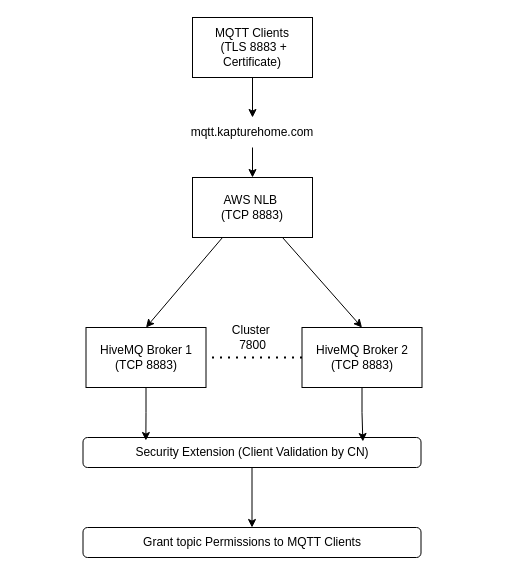
Earlier version of the draw.io diagram ALZK-HiveMQ.drawio (kevin3747118/ALZK). Source tidied: cells renumbered, new cells numbered last; positions are measured from the earlier drawing's top-left corner, leaving out a move shared by most shapes. Both pictures are drawn from the tidied source at 100%, with x=0, y=0 at pixel (82, 17).
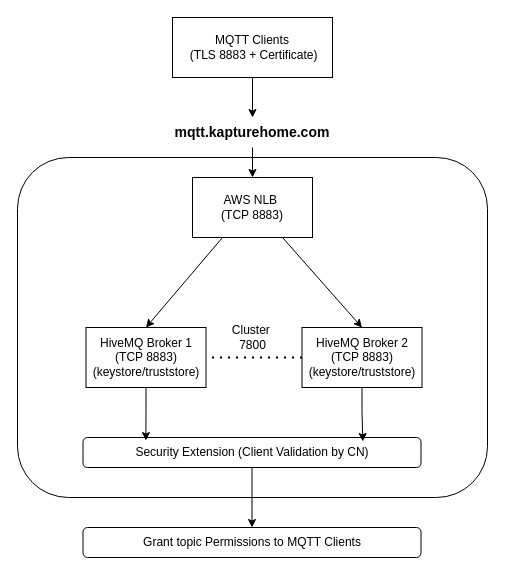
The same page after the edit.

Change to the diagram source:
```diff
@@
 <mxGraphModel>
   <root>
     <mxCell id="0" />
     <mxCell id="1" parent="0" />
+    <mxCell id="18" style="rounded=1;whiteSpace=wrap;html=1;" parent="1" vertex="1">
+      <mxGeometry x="-65" y="140" width="470" height="340" as="geometry" />
+    </mxCell>
     <mxCell id="2" style="edgeStyle=orthogonalEdgeStyle;rounded=0;jettySize=auto;html=1;exitX=0.5;exitY=1;exitDx=0;exitDy=0;" parent="1" edge="1" source="3" target="5">
       <mxGeometry relative="1" as="geometry" />
     </mxCell>
     <mxCell id="3" value="MQTT Clients&lt;div&gt;&amp;nbsp;(TLS 8883 + Certificate)&lt;/div&gt;" style="rounded=0;whiteSpace=wrap;html=1;" parent="1" vertex="1">
-      <mxGeometry x="110" width="120" height="60" as="geometry" />
+      <mxGeometry x="90" width="160" height="60" as="geometry" />
     </mxCell>
     <mxCell id="4" style="edgeStyle=orthogonalEdgeStyle;rounded=0;jettySize=auto;html=1;exitX=0.5;exitY=1;exitDx=0;exitDy=0;entryX=0.5;entryY=0;entryDx=0;entryDy=0;" parent="1" edge="1" source="5" target="6">
       <mxGeometry relative="1" as="geometry" />
     </mxCell>
-    <mxCell id="5" value="mqtt.kapturehome.com" style="text;html=1;align=center;verticalAlign=middle;whiteSpace=wrap;rounded=0;" parent="1" vertex="1">
+    <mxCell id="5" value="&lt;b&gt;&lt;font style=&quot;font-size: 14px;&quot;&gt;mqtt.kapturehome.com&lt;/font&gt;&lt;/b&gt;" style="text;html=1;align=center;verticalAlign=middle;whiteSpace=wrap;rounded=0;" parent="1" vertex="1">
       <mxGeometry x="80" y="100" width="180" height="30" as="geometry" />
     </mxCell>
     <mxCell id="6" value="AWS NLB&amp;nbsp;&lt;div&gt;(TCP 8883)&lt;/div&gt;" style="rounded=0;whiteSpace=wrap;html=1;" parent="1" vertex="1">
       <mxGeometry x="110" y="160" width="120" height="60" as="geometry" />
     </mxCell>
-    <mxCell id="7" value="HiveMQ Broker 1&lt;div&gt;(TCP 8883)&lt;/div&gt;" style="rounded=0;whiteSpace=wrap;html=1;" parent="1" vertex="1">
+    <mxCell id="7" value="HiveMQ Broker 1&lt;div&gt;(TCP 8883)&lt;/div&gt;&lt;div&gt;(keystore/truststore&lt;span style=&quot;background-color: transparent; color: light-dark(rgb(0, 0, 0), rgb(255, 255, 255));&quot;&gt;)&lt;/span&gt;&lt;/div&gt;" style="rounded=0;whiteSpace=wrap;html=1;" parent="1" vertex="1">
       <mxGeometry x="3.5" y="310" width="120" height="60" as="geometry" />
     </mxCell>
-    <mxCell id="8" value="HiveMQ Broker 2&lt;div&gt;(TCP 8883)&lt;/div&gt;" style="rounded=0;whiteSpace=wrap;html=1;" parent="1" vertex="1">
+    <mxCell id="8" value="HiveMQ Broker 2&lt;div&gt;(TCP 8883)&lt;/div&gt;&lt;div&gt;(keystore/truststore&lt;span style=&quot;color: light-dark(rgb(0, 0, 0), rgb(255, 255, 255)); background-color: transparent;&quot;&gt;)&lt;/span&gt;&lt;/div&gt;" style="rounded=0;whiteSpace=wrap;html=1;" parent="1" vertex="1">
       <mxGeometry x="219.5" y="310" width="120" height="60" as="geometry" />
     </mxCell>
     <mxCell id="9" style="endArrow=none;dashed=1;html=1;dashPattern=1 3;strokeWidth=2;rounded=0;entryX=0;entryY=0.5;entryDx=0;entryDy=0;" parent="1" edge="1" target="8">
       <mxGeometry relative="1" as="geometry">
         <mxPoint x="129.5" y="340" as="sourcePoint" />
       </mxGeometry>
     </mxCell>
     <mxCell id="10" value="Cluster&amp;nbsp;&lt;div&gt;7800&lt;/div&gt;" style="text;html=1;align=center;verticalAlign=middle;strokeColor=none;fillColor=none;" parent="1" vertex="1">
       <mxGeometry x="139.5" y="300" width="60" height="40" as="geometry" />
     </mxCell>
     <mxCell id="11" style="endArrow=classic;html=1;rounded=0;exitX=0.25;exitY=1;exitDx=0;exitDy=0;entryX=0.5;entryY=0;entryDx=0;entryDy=0;" parent="1" edge="1" source="6" target="7">
       <mxGeometry relative="1" as="geometry" />
     </mxCell>
     <mxCell id="12" style="endArrow=classic;html=1;rounded=0;exitX=0.75;exitY=1;exitDx=0;exitDy=0;entryX=0.5;entryY=0;entryDx=0;entryDy=0;" parent="1" edge="1" source="6" target="8">
       <mxGeometry relative="1" as="geometry" />
     </mxCell>
     <mxCell id="13" style="edgeStyle=orthogonalEdgeStyle;rounded=0;jettySize=auto;html=1;exitX=0.5;exitY=1;exitDx=0;exitDy=0;entryX=0.5;entryY=0;entryDx=0;entryDy=0;" parent="1" edge="1" source="14" target="15">
       <mxGeometry relative="1" as="geometry" />
     </mxCell>
     <mxCell id="14" value="Security Extension&amp;nbsp;(Client Validation by CN)" style="rounded=1;whiteSpace=wrap;html=1;" parent="1" vertex="1">
       <mxGeometry x="0.5" y="420" width="338" height="30" as="geometry" />
     </mxCell>
     <mxCell id="15" value="Grant topic Permissions to MQTT Clients" style="rounded=1;whiteSpace=wrap;html=1;" parent="1" vertex="1">
       <mxGeometry x="0.5" y="510" width="338" height="30" as="geometry" />
     </mxCell>
     <mxCell id="16" style="edgeStyle=orthogonalEdgeStyle;rounded=0;jettySize=auto;html=1;exitX=0.5;exitY=1;exitDx=0;exitDy=0;entryX=0.186;entryY=0.1;entryDx=0;entryDy=0;entryPerimeter=0;" parent="1" edge="1" source="7" target="14">
       <mxGeometry relative="1" as="geometry" />
     </mxCell>
     <mxCell id="17" style="edgeStyle=orthogonalEdgeStyle;rounded=0;jettySize=auto;html=1;exitX=0.5;exitY=1;exitDx=0;exitDy=0;entryX=0.828;entryY=0.133;entryDx=0;entryDy=0;entryPerimeter=0;" parent="1" edge="1" source="8" target="14">
       <mxGeometry relative="1" as="geometry" />
     </mxCell>
   </root>
 </mxGraphModel>
```
